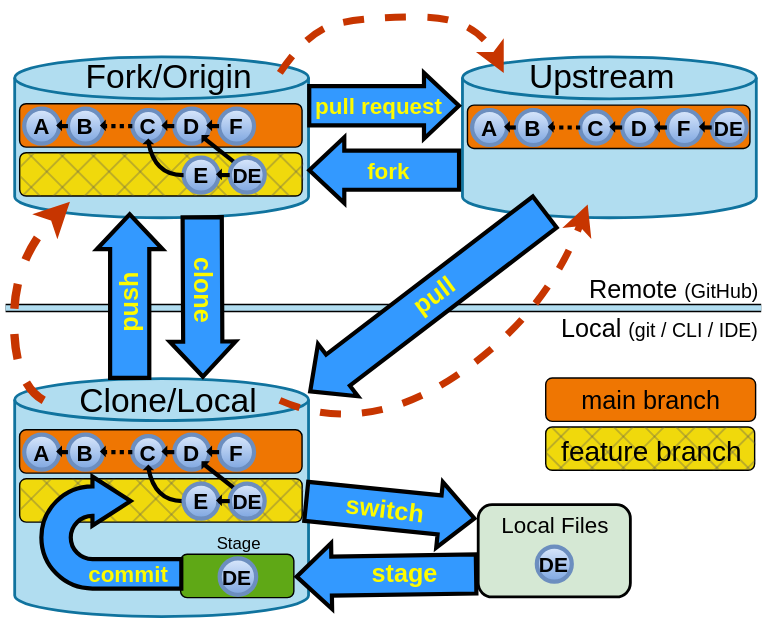
Earlier version of the draw.io export materials/images/BaseDiagram.svg (HFOSSedu/GitKit-Codespace). Source tidied: cells renumbered, new cells last; positions are measured from the earlier drawing's top-left corner, leaving out a move shared by most shapes.
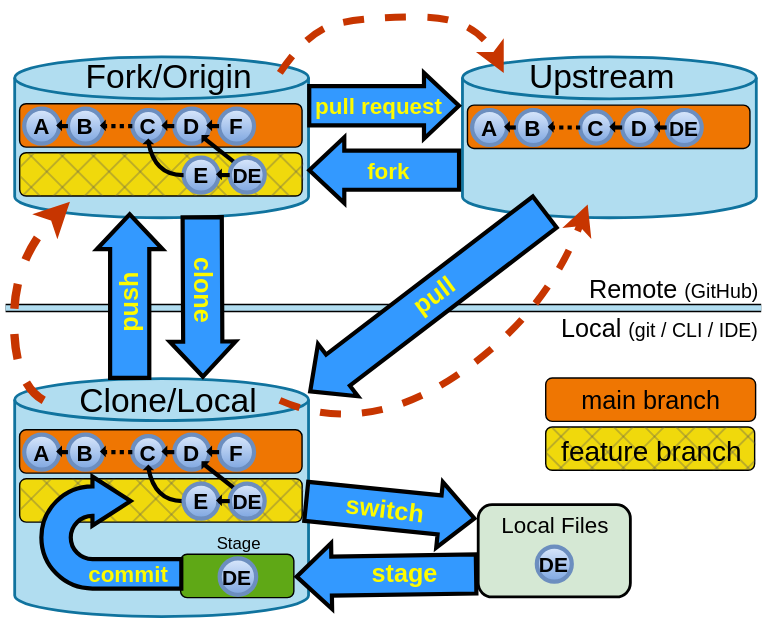
The same diagram one commit later.

Change to the diagram source:
```diff
@@ -455,9 +455,6 @@
     <mxCell id="133" value="B" style="ellipse;whiteSpace=wrap;html=1;fillColor=#dae8fc;fontSize=16;fontStyle=1;gradientColor=#7ea6e0;strokeColor=#6c8ebf;strokeWidth=3;" parent="130" vertex="1">
       <mxGeometry width="25" height="25" as="geometry" />
     </mxCell>
-    <mxCell id="134" value="F" style="ellipse;whiteSpace=wrap;html=1;fillColor=#dae8fc;fontSize=16;fontStyle=1;gradientColor=#7ea6e0;strokeColor=#6c8ebf;strokeWidth=3;" parent="130" vertex="1">
-      <mxGeometry x="108" width="25" height="25" as="geometry" />
-    </mxCell>
     <mxCell id="135" style="group;" parent="130" vertex="1">
       <mxGeometry x="24" y="9.5" width="3" height="6" as="geometry" />
     </mxCell>
@@ -482,22 +479,16 @@
     <mxCell id="142" style="endArrow=none;html=1;rounded=0;spacing=2;strokeWidth=3;entryX=0;entryY=0.5;entryDx=0;entryDy=0;exitX=1;exitY=0.5;exitDx=0;exitDy=0;dashed=1;dashPattern=1 1;" parent="130" edge="1" source="133" target="131">
       <mxGeometry relative="1" as="geometry" />
     </mxCell>
+    <mxCell id="144" value="&lt;font style=&quot;font-size: 15px;&quot;&gt;DE&lt;/font&gt;" style="ellipse;whiteSpace=wrap;html=1;fillColor=#dae8fc;fontSize=16;fontStyle=1;gradientColor=#7ea6e0;strokeColor=#6c8ebf;strokeWidth=3;" parent="130" vertex="1">
+      <mxGeometry x="107.9" width="25" height="25" as="geometry" />
+    </mxCell>
-    <mxCell id="143" style="endArrow=none;html=1;rounded=0;spacing=2;strokeWidth=3;entryX=0;entryY=0.5;entryDx=0;entryDy=0;exitX=1;exitY=0.5;exitDx=0;exitDy=0;" parent="130" edge="1" source="132" target="134">
+    <mxCell id="143" style="endArrow=none;html=1;rounded=0;spacing=2;strokeWidth=3;entryX=0;entryY=0.5;entryDx=0;entryDy=0;exitX=1;exitY=0.5;exitDx=0;exitDy=0;" parent="130" edge="1" source="132" target="144">
       <mxGeometry relative="1" as="geometry">
         <Array as="points">
           <mxPoint x="101.9" y="13" />
         </Array>
       </mxGeometry>
     </mxCell>
-    <mxCell id="144" value="&lt;font style=&quot;font-size: 15px;&quot;&gt;DE&lt;/font&gt;" style="ellipse;whiteSpace=wrap;html=1;fillColor=#dae8fc;fontSize=16;fontStyle=1;gradientColor=#7ea6e0;strokeColor=#6c8ebf;strokeWidth=3;" parent="130" vertex="1">
-      <mxGeometry x="140" width="25" height="25" as="geometry" />
-    </mxCell>
-    <mxCell id="145" style="endArrow=none;html=1;rounded=0;spacing=2;strokeWidth=3;entryX=0;entryY=0.5;entryDx=0;entryDy=0;exitX=1;exitY=0.5;exitDx=0;exitDy=0;" parent="130" edge="1" source="134" target="144">
-      <mxGeometry relative="1" as="geometry" />
-    </mxCell>
-    <mxCell id="146" style="triangle;whiteSpace=wrap;html=1;rotation=-180;fillColor=light-dark(#000000, #ededed);" parent="130" vertex="1">
-      <mxGeometry x="132" y="9.5" width="3" height="6" as="geometry" />
-    </mxCell>
     <mxCell id="147" value="A" style="ellipse;whiteSpace=wrap;html=1;fillColor=#dae8fc;fontSize=16;fontStyle=1;gradientColor=#7ea6e0;strokeColor=#6c8ebf;strokeWidth=3;" parent="1" vertex="1">
       <mxGeometry x="336.9" y="78" width="25" height="25" as="geometry" />
     </mxCell>
```
